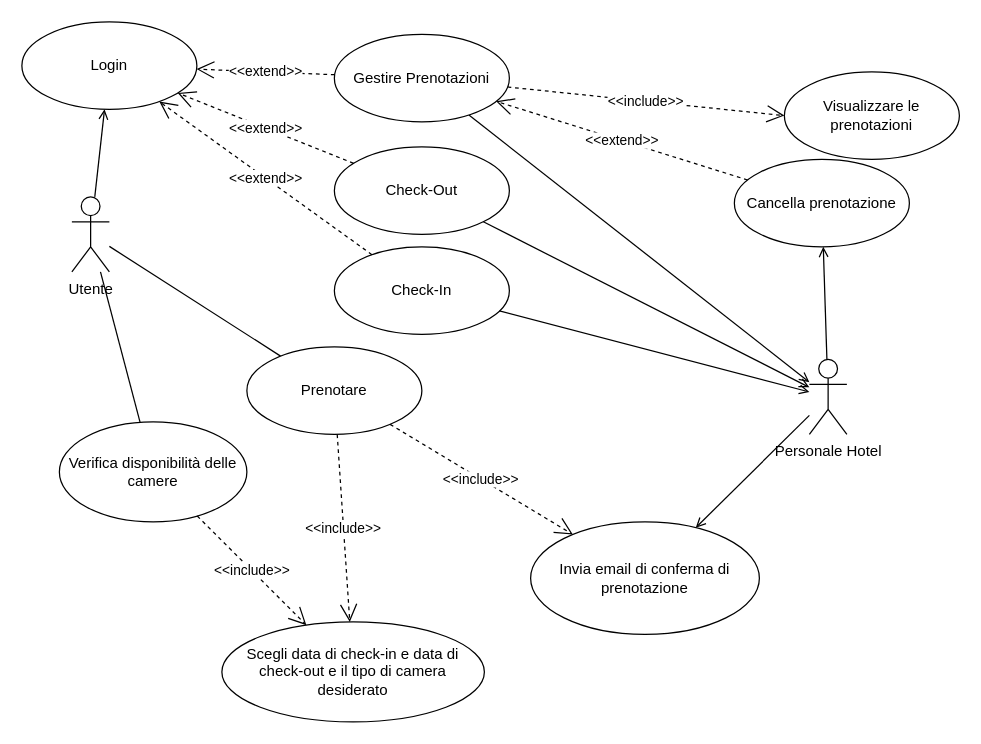
The draw.io diagram CasiUso1.drawio in HattyDoge/SnowWhite, before the edit. Source tidied: cells renumbered, new cells numbered last; positions are measured from the earlier drawing's top-left corner, leaving out a move shared by most shapes. Both pictures are drawn from the tidied source at 125%, with x=0, y=0 at pixel (21, 21).
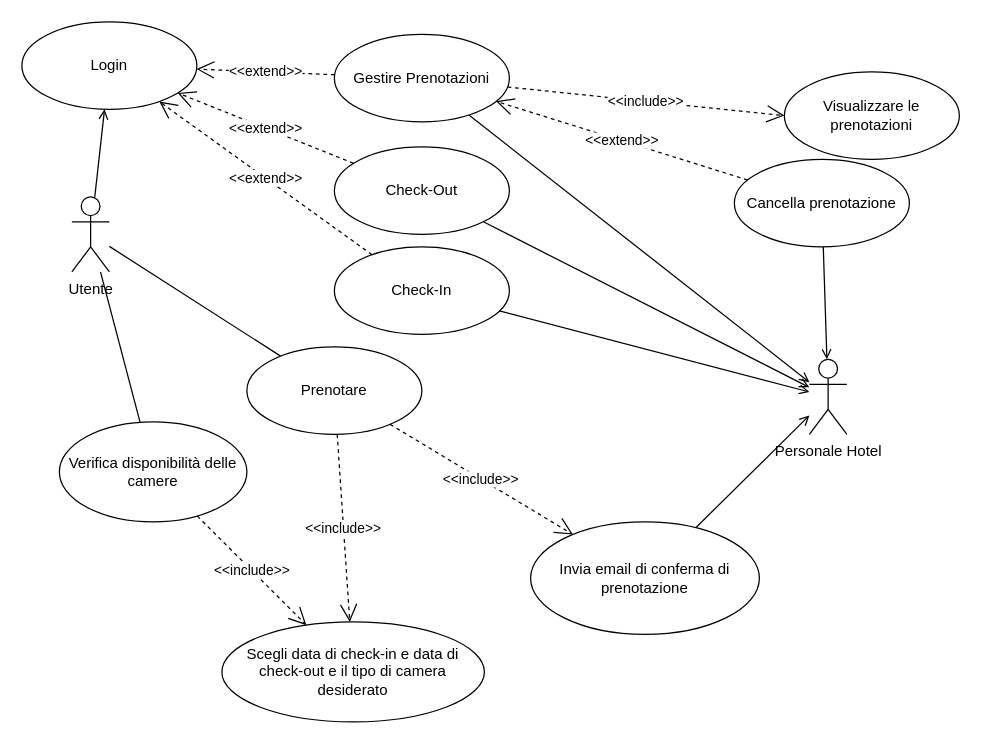
After the change.

The change refers to these unchanged cells:
```xml
<mxCell id="17" value="Personale Hotel" style="shape=umlActor;verticalLabelPosition=bottom;verticalAlign=top;html=1;" parent="1" vertex="1">
  <mxGeometry x="630" y="270" width="30" height="60" as="geometry" />
</mxCell>
<mxCell id="23" value="Cancella prenotazione" style="ellipse;whiteSpace=wrap;html=1;" parent="1" vertex="1">
  <mxGeometry x="570" y="110" width="140" height="70" as="geometry" />
</mxCell>
<mxCell id="29" value="Invia email di conferma di prenotazione" style="ellipse;whiteSpace=wrap;html=1;" parent="1" vertex="1">
  <mxGeometry x="407" y="400" width="183" height="90" as="geometry" />
</mxCell>
```

Diff of the diagram source:
```diff
@@
-    <mxCell id="15" style="rounded=0;jettySize=auto;html=1;endArrow=open;endFill=0;" parent="1" edge="1" source="17" target="29">
+    <mxCell id="15" style="rounded=0;jettySize=auto;html=1;endArrow=open;endFill=0;" parent="1" edge="1" source="29" target="17">
       <mxGeometry relative="1" as="geometry" />
     </mxCell>
-    <mxCell id="16" style="rounded=0;jettySize=auto;html=1;endArrow=open;endFill=0;" parent="1" edge="1" source="17" target="23">
+    <mxCell id="16" style="rounded=0;jettySize=auto;html=1;endArrow=open;endFill=0;" parent="1" edge="1" source="23" target="17">
       <mxGeometry relative="1" as="geometry" />
     </mxCell>
```
